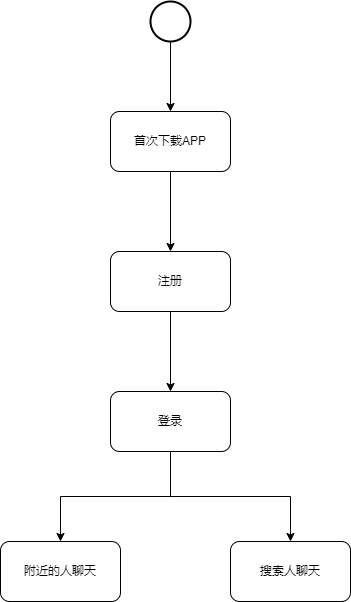
This is Untitled Diagram.drawio.png from suibianlx/business_architect, a draw.io export, as it was before one commit. Source tidied: cells renumbered, new cells last; positions are measured from the earlier drawing's top-left corner, leaving out a move shared by most shapes.
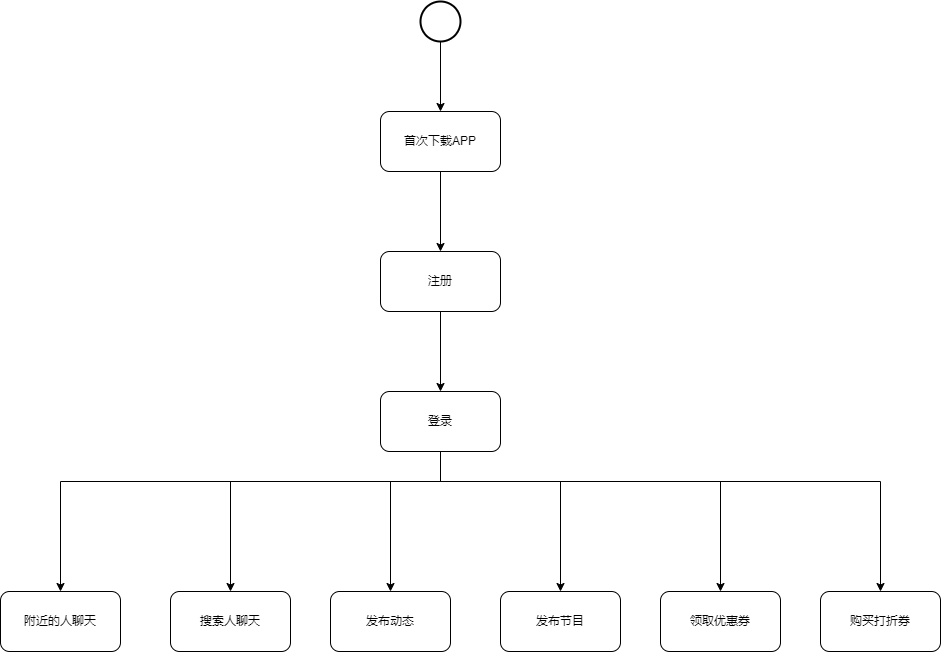
After the change.

Change to the diagram source:
```diff
@@ -21,19 +21,73 @@
       <mxGeometry x="110" y="250" width="120" height="60" as="geometry" />
     </mxCell>
     <mxCell id="8" style="edgeStyle=orthogonalEdgeStyle;rounded=0;jettySize=auto;html=1;" parent="1" edge="1" source="10" target="11">
-      <mxGeometry relative="1" as="geometry" />
+      <mxGeometry relative="1" as="geometry">
+        <Array as="points">
+          <mxPoint x="170" y="480" />
+          <mxPoint x="-210" y="480" />
+        </Array>
+      </mxGeometry>
     </mxCell>
     <mxCell id="9" style="edgeStyle=orthogonalEdgeStyle;rounded=0;jettySize=auto;html=1;" parent="1" edge="1" source="10" target="12">
-      <mxGeometry relative="1" as="geometry" />
+      <mxGeometry relative="1" as="geometry">
+        <Array as="points">
+          <mxPoint x="170" y="480" />
+          <mxPoint x="-40" y="480" />
+        </Array>
+      </mxGeometry>
     </mxCell>
+    <mxCell id="13" style="edgeStyle=orthogonalEdgeStyle;rounded=0;jettySize=auto;html=1;" parent="1" edge="1" source="10" target="17">
+      <mxGeometry relative="1" as="geometry">
+        <Array as="points">
+          <mxPoint x="170" y="480" />
+          <mxPoint x="120" y="480" />
+        </Array>
+      </mxGeometry>
+    </mxCell>
+    <mxCell id="14" style="edgeStyle=orthogonalEdgeStyle;rounded=0;jettySize=auto;html=1;" parent="1" edge="1" source="10" target="18">
+      <mxGeometry relative="1" as="geometry">
+        <Array as="points">
+          <mxPoint x="170" y="480" />
+          <mxPoint x="290" y="480" />
+        </Array>
+      </mxGeometry>
+    </mxCell>
+    <mxCell id="15" style="edgeStyle=orthogonalEdgeStyle;rounded=0;jettySize=auto;html=1;" parent="1" edge="1" source="10" target="19">
+      <mxGeometry relative="1" as="geometry">
+        <Array as="points">
+          <mxPoint x="170" y="480" />
+          <mxPoint x="450" y="480" />
+        </Array>
+      </mxGeometry>
+    </mxCell>
+    <mxCell id="16" style="edgeStyle=orthogonalEdgeStyle;rounded=0;jettySize=auto;html=1;entryX=0.5;entryY=0;entryDx=0;entryDy=0;" parent="1" edge="1" source="10" target="20">
+      <mxGeometry relative="1" as="geometry">
+        <Array as="points">
+          <mxPoint x="170" y="480" />
+          <mxPoint x="610" y="480" />
+        </Array>
+      </mxGeometry>
+    </mxCell>
     <mxCell id="10" value="登录" style="whiteSpace=wrap;html=1;rounded=1;" parent="1" vertex="1">
       <mxGeometry x="110" y="390" width="120" height="60" as="geometry" />
     </mxCell>
     <mxCell id="11" value="附近的人聊天" style="whiteSpace=wrap;html=1;rounded=1;" parent="1" vertex="1">
-      <mxGeometry y="540" width="120" height="60" as="geometry" />
+      <mxGeometry x="-270" y="590" width="120" height="60" as="geometry" />
     </mxCell>
     <mxCell id="12" value="搜索人聊天" style="whiteSpace=wrap;html=1;rounded=1;" parent="1" vertex="1">
-      <mxGeometry x="230" y="540" width="120" height="60" as="geometry" />
+      <mxGeometry x="-100" y="590" width="120" height="60" as="geometry" />
     </mxCell>
+    <mxCell id="17" value="发布动态" style="rounded=1;whiteSpace=wrap;html=1;" parent="1" vertex="1">
+      <mxGeometry x="60" y="590" width="120" height="60" as="geometry" />
+    </mxCell>
+    <mxCell id="18" value="发布节目" style="rounded=1;whiteSpace=wrap;html=1;" parent="1" vertex="1">
+      <mxGeometry x="230" y="590" width="120" height="60" as="geometry" />
+    </mxCell>
+    <mxCell id="19" value="领取优惠券" style="rounded=1;whiteSpace=wrap;html=1;" parent="1" vertex="1">
+      <mxGeometry x="390" y="590" width="120" height="60" as="geometry" />
+    </mxCell>
+    <mxCell id="20" value="购买打折券" style="rounded=1;whiteSpace=wrap;html=1;" parent="1" vertex="1">
+      <mxGeometry x="550" y="590" width="120" height="60" as="geometry" />
+    </mxCell>
   </root>
 </mxGraphModel>
```
